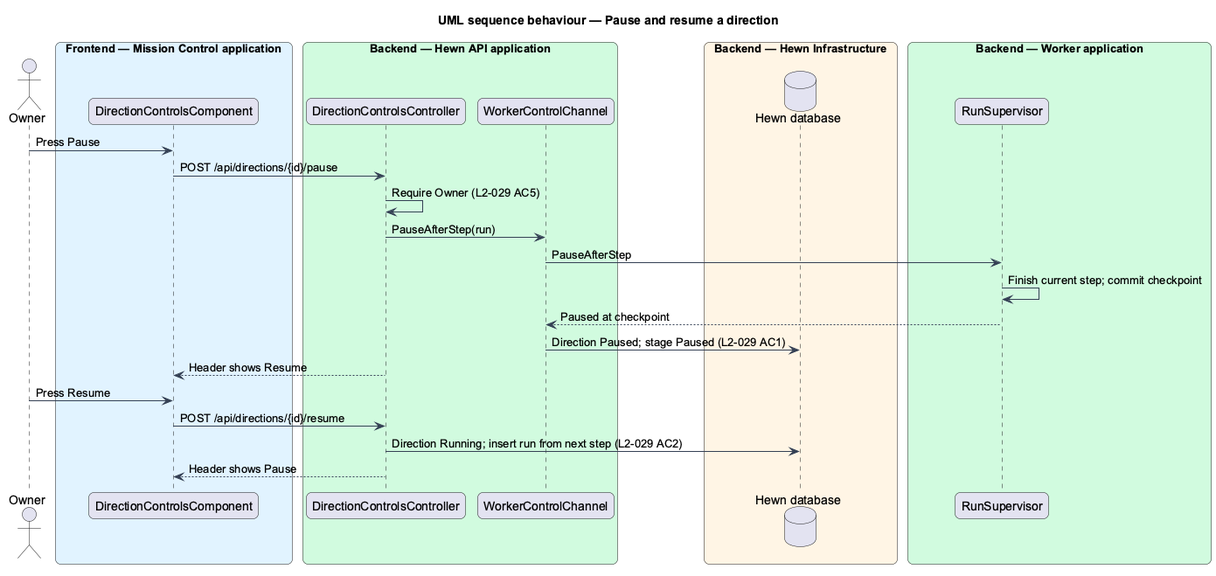
Above: docs/detailed-designs/pipeline/pause-resume-cancel-stop/diagrams/sequence-pause-resume.png in QuinntyneBrown/hewn (PlantUML), before the change.
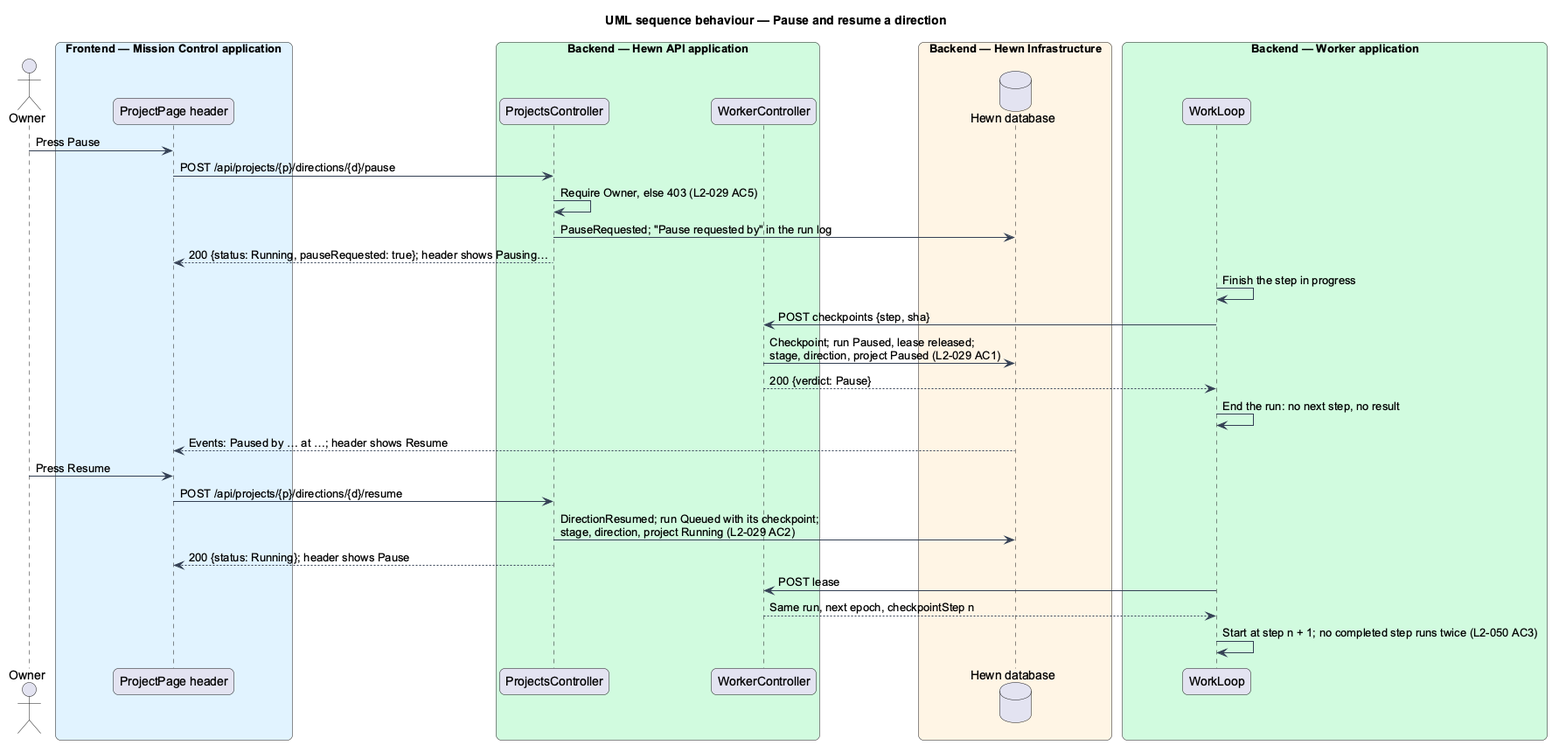
After the change.

What changed in the source:
```diff
@@ -17,29 +17,34 @@
 skinparam sequenceMessageAlign left
 actor "Owner" as owner
 box "Frontend — Mission Control application" #E0F2FE
-  participant "DirectionControlsComponent" as ctl
+  participant "ProjectPage header" as ctl
 end box
 box "Backend — Hewn API application" #D1FADF
-  participant "DirectionControlsController" as dc
-  participant "WorkerControlChannel" as chan
+  participant "ProjectsController" as dc
+  participant "WorkerController" as wc
 end box
 box "Backend — Hewn Infrastructure" #FFF4E5
   database "Hewn database" as db
 end box
 box "Backend — Worker application" #D1FADF
-  participant "RunSupervisor" as sup
+  participant "WorkLoop" as loop
 end box
 owner -> ctl : Press Pause
-ctl -> dc : POST /api/directions/{id}/pause
-dc -> dc : Require Owner (L2-029 AC5)
-dc -> chan : PauseAfterStep(run)
-chan -> sup : PauseAfterStep
-sup -> sup : Finish current step; commit checkpoint
-sup --> chan : Paused at checkpoint
-chan -> db : Direction Paused; stage Paused (L2-029 AC1)
-dc --> ctl : Header shows Resume
+ctl -> dc : POST /api/projects/{p}/directions/{d}/pause
+dc -> dc : Require Owner, else 403 (L2-029 AC5)
+dc -> db : PauseRequested; "Pause requested by" in the run log
+dc --> ctl : 200 {status: Running, pauseRequested: true}; header shows Pausing…
+loop -> loop : Finish the step in progress
+loop -> wc : POST checkpoints {step, sha}
+wc -> db : Checkpoint; run Paused, lease released;\nstage, direction, project Paused (L2-029 AC1)
+wc --> loop : 200 {verdict: Pause}
+loop -> loop : End the run: no next step, no result
+db --> ctl : Events: Paused by … at …; header shows Resume
 owner -> ctl : Press Resume
-ctl -> dc : POST /api/directions/{id}/resume
-dc -> db : Direction Running; insert run from next step (L2-029 AC2)
-dc --> ctl : Header shows Pause
+ctl -> dc : POST /api/projects/{p}/directions/{d}/resume
+dc -> db : DirectionResumed; run Queued with its checkpoint;\nstage, direction, project Running (L2-029 AC2)
+dc --> ctl : 200 {status: Running}; header shows Pause
+loop -> wc : POST lease
+wc --> loop : Same run, next epoch, checkpointStep n
+loop -> loop : Start at step n + 1; no completed step runs twice (L2-050 AC3)
 @enduml
```
